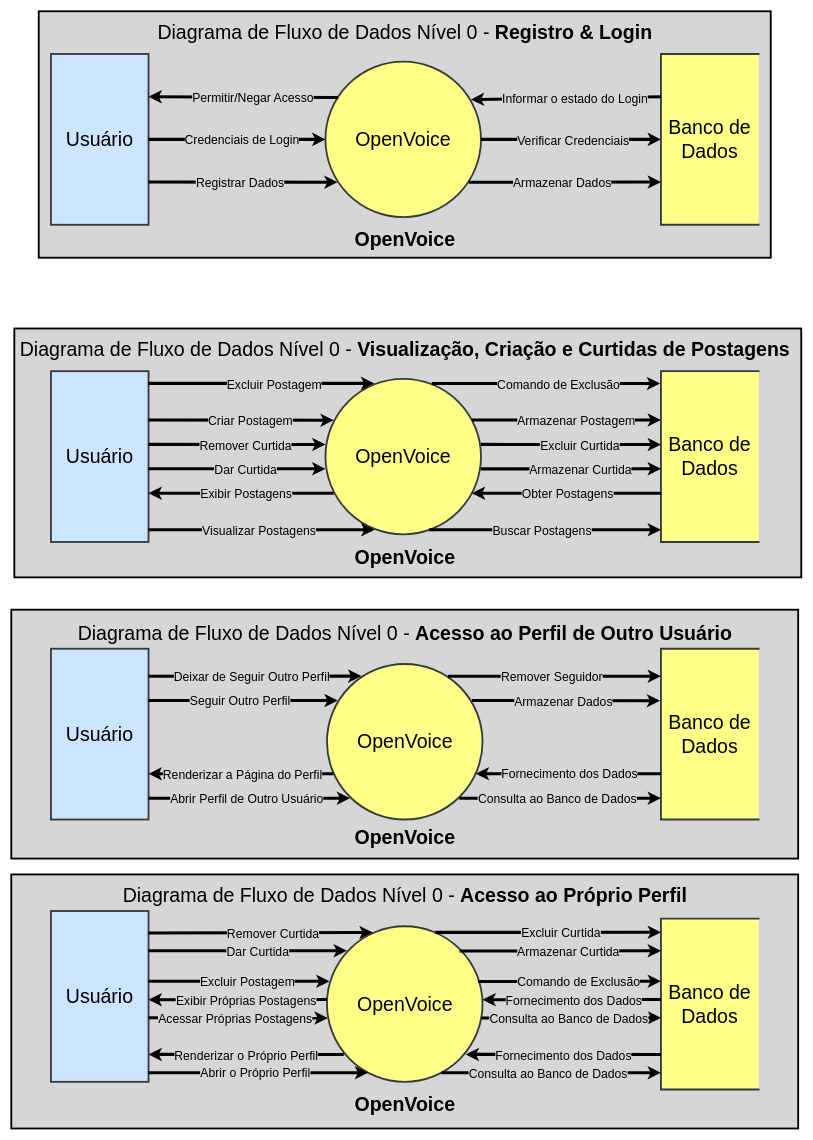
Above: misc/diagramas/Diagramas de Fluxo de Dados/Nível 0/Diagrama de Fluxo de Dados Nível 0.drawio in VerbalThree/OpenVoice (draw.io), before the change. Source tidied: cells renumbered, new cells numbered last; positions are measured from the earlier drawing's top-left corner, leaving out a move shared by most shapes. Both pictures are drawn from the tidied source at 61%, with x=0, y=0 at pixel (11, 11).
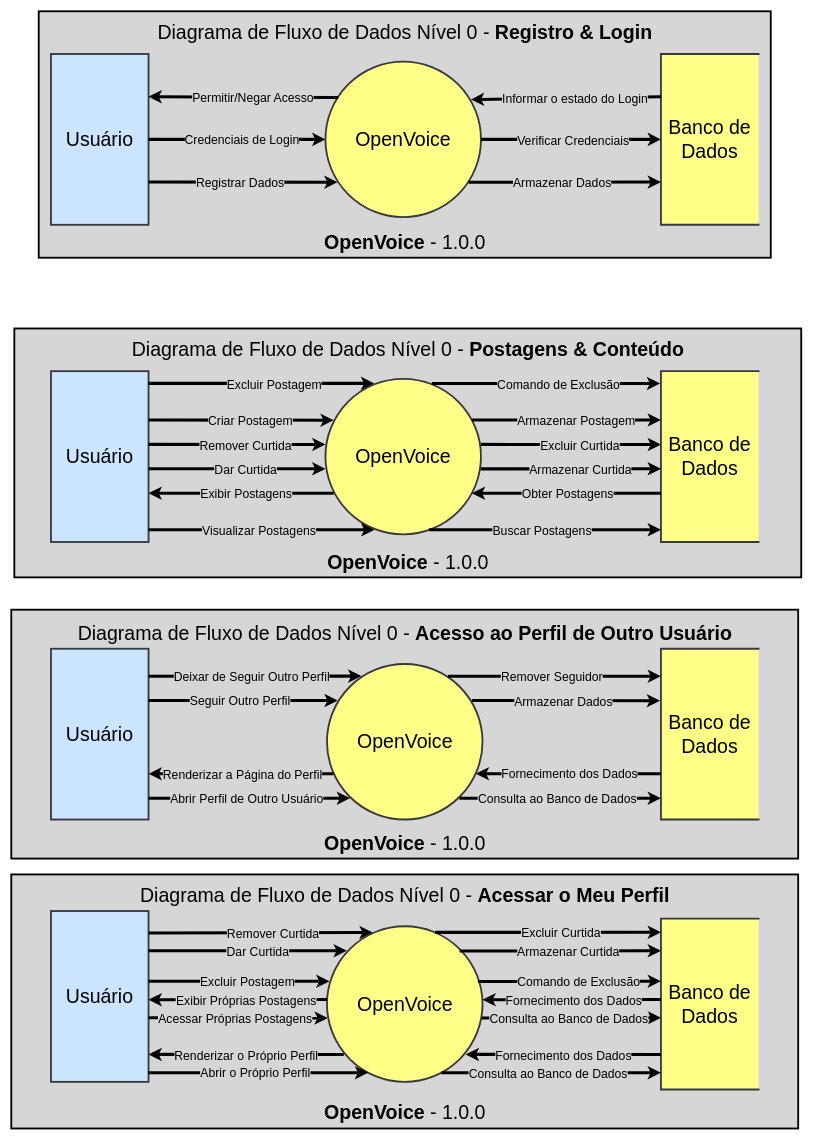
After the change.

Unchanged cells that the change refers to:
```xml
<mxCell id="2" style="group;" parent="1" vertex="1">
  <mxGeometry x="45" width="1200" height="404" as="geometry" />
</mxCell>
<mxCell id="21" value="d" style="group;" parent="1" vertex="1">
  <mxGeometry x="45" y="520" width="1250" height="408" as="geometry" />
</mxCell>
<mxCell id="53" style="group;" parent="1" vertex="1">
  <mxGeometry x="65" y="1045" width="1225" height="344" as="geometry" />
</mxCell>
<mxCell id="76" style="group;" parent="1" vertex="1">
  <mxGeometry x="65" y="1475" width="1225" height="356.5" as="geometry" />
</mxCell>
```

What changed in the source:
```diff
@@
-    <mxCell id="20" value="&lt;b&gt;&lt;font style=&quot;font-size: 32px;&quot;&gt;OpenVoice&lt;/font&gt;&lt;/b&gt;" style="text;html=1;align=center;verticalAlign=middle;strokeColor=none;fillColor=none;" parent="2" vertex="1">
-      <mxGeometry x="505" y="350" width="190" height="50" as="geometry" />
+    <mxCell id="20" value="&lt;b&gt;&lt;font style=&quot;font-size: 32px;&quot;&gt;OpenVoice &lt;/font&gt;&lt;/b&gt;&lt;font style=&quot;font-size: 32px;&quot;&gt;- 1.0.0&lt;/font&gt;" style="text;html=1;align=center;verticalAlign=middle;strokeColor=none;fillColor=none;" parent="2" vertex="1">
+      <mxGeometry x="455" y="354" width="290" height="50" as="geometry" />
     </mxCell>
@@
-    <mxCell id="38" value="&lt;font style=&quot;font-size: 32px;&quot;&gt;Diagrama de Fluxo de Dados Nível 0 - &lt;b&gt;Visualização, Criação e Curtidas de Postagens&lt;br&gt;&lt;/b&gt;&lt;/font&gt;" style="text;html=1;align=center;verticalAlign=middle;strokeColor=none;fillColor=none;" parent="21" vertex="1">
-      <mxGeometry x="-40" y="10" width="1280" height="50" as="geometry" />
+    <mxCell id="38" value="&lt;font style=&quot;font-size: 32px;&quot;&gt;Diagrama de Fluxo de Dados Nível 0 - &lt;b&gt;Postagens &amp;amp; Conteúdo&lt;br&gt;&lt;/b&gt;&lt;/font&gt;" style="text;html=1;align=center;verticalAlign=middle;strokeColor=none;fillColor=none;" parent="21" vertex="1">
+      <mxGeometry x="145" y="10" width="920" height="50" as="geometry" />
     </mxCell>
-    <mxCell id="39" value="&lt;b&gt;&lt;font style=&quot;font-size: 32px;&quot;&gt;OpenVoice&lt;/font&gt;&lt;/b&gt;" style="text;html=1;align=center;verticalAlign=middle;strokeColor=none;fillColor=none;" parent="21" vertex="1">
-      <mxGeometry x="505" y="350" width="190" height="50" as="geometry" />
+    <mxCell id="39" value="&lt;b&gt;&lt;font style=&quot;font-size: 32px;&quot;&gt;OpenVoice &lt;/font&gt;&lt;/b&gt;&lt;font style=&quot;font-size: 32px;&quot;&gt;- 1.0.0&lt;/font&gt;&lt;b&gt;&lt;font style=&quot;font-size: 32px;&quot;&gt;&lt;br&gt;&lt;/font&gt;&lt;/b&gt;" style="text;html=1;align=center;verticalAlign=middle;strokeColor=none;fillColor=none;" parent="21" vertex="1">
+      <mxGeometry x="460" y="358" width="290" height="50" as="geometry" />
     </mxCell>
@@
-    <mxCell id="74" value="&lt;b&gt;&lt;font style=&quot;font-size: 32px;&quot;&gt;OpenVoice&lt;/font&gt;&lt;/b&gt;" style="text;html=1;align=center;verticalAlign=middle;strokeColor=none;fillColor=none;" parent="53" vertex="1">
-      <mxGeometry x="485" y="285" width="190" height="50" as="geometry" />
+    <mxCell id="74" value="&lt;b&gt;&lt;font style=&quot;font-size: 32px;&quot;&gt;OpenVoice &lt;/font&gt;&lt;/b&gt;&lt;font style=&quot;font-size: 32px;&quot;&gt;- 1.0.0&lt;/font&gt;" style="text;html=1;align=center;verticalAlign=middle;strokeColor=none;fillColor=none;" parent="53" vertex="1">
+      <mxGeometry x="435" y="294" width="290" height="50" as="geometry" />
     </mxCell>
@@
-    <mxCell id="109" value="&lt;b&gt;&lt;font style=&quot;font-size: 32px;&quot;&gt;OpenVoice&lt;/font&gt;&lt;/b&gt;" style="text;html=1;align=center;verticalAlign=middle;strokeColor=none;fillColor=none;" parent="76" vertex="1">
-      <mxGeometry x="485" y="292.5" width="190" height="50" as="geometry" />
+    <mxCell id="109" value="&lt;b&gt;&lt;font style=&quot;font-size: 32px;&quot;&gt;OpenVoice &lt;/font&gt;&lt;/b&gt;&lt;font style=&quot;font-size: 32px;&quot;&gt;- 1.0.0&lt;/font&gt;&lt;b&gt;&lt;font style=&quot;font-size: 32px;&quot;&gt;&lt;br&gt;&lt;/font&gt;&lt;/b&gt;" style="text;html=1;align=center;verticalAlign=middle;strokeColor=none;fillColor=none;" parent="76" vertex="1">
+      <mxGeometry x="435" y="305" width="290" height="50" as="geometry" />
     </mxCell>
-    <mxCell id="110" value="&lt;font style=&quot;font-size: 32px;&quot;&gt;Diagrama de Fluxo de Dados Nível 0 - &lt;b&gt;Acesso ao Próprio Perfil&lt;br&gt;&lt;/b&gt;&lt;/font&gt;" style="text;html=1;align=center;verticalAlign=middle;strokeColor=none;fillColor=none;" parent="1" vertex="1">
-      <mxGeometry x="175" y="1425" width="940" height="50" as="geometry" />
+    <mxCell id="110" value="&lt;font style=&quot;font-size: 32px;&quot;&gt;Diagrama de Fluxo de Dados Nível 0 - &lt;b&gt;Acessar o Meu Perfil&lt;br&gt;&lt;/b&gt;&lt;/font&gt;" style="text;html=1;align=center;verticalAlign=middle;strokeColor=none;fillColor=none;" parent="76" vertex="1">
+      <mxGeometry x="135" y="-50" width="890" height="50" as="geometry" />
     </mxCell>
```
